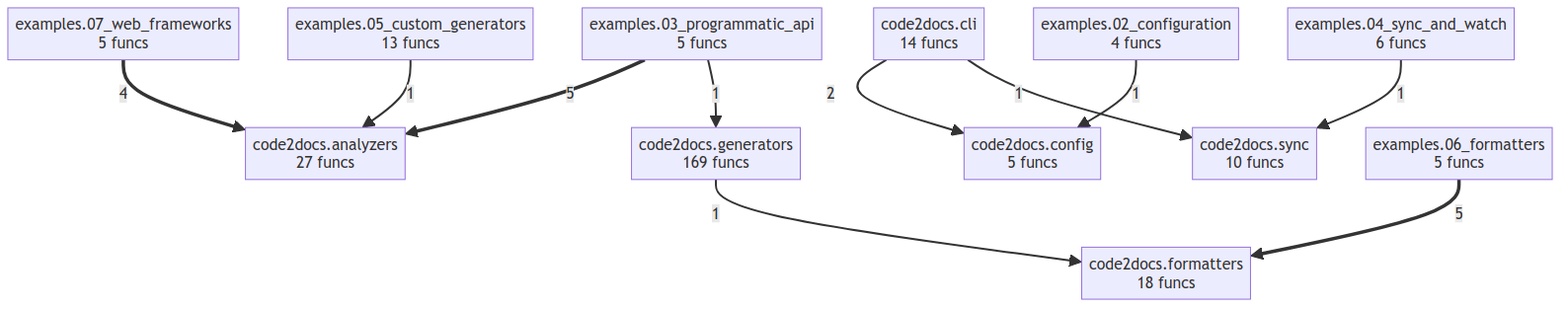
The Mermaid diagram project/compact_flow.png in wronai/code2docs, before a commit. Its source is kept beside it as project/compact_flow.mmd.
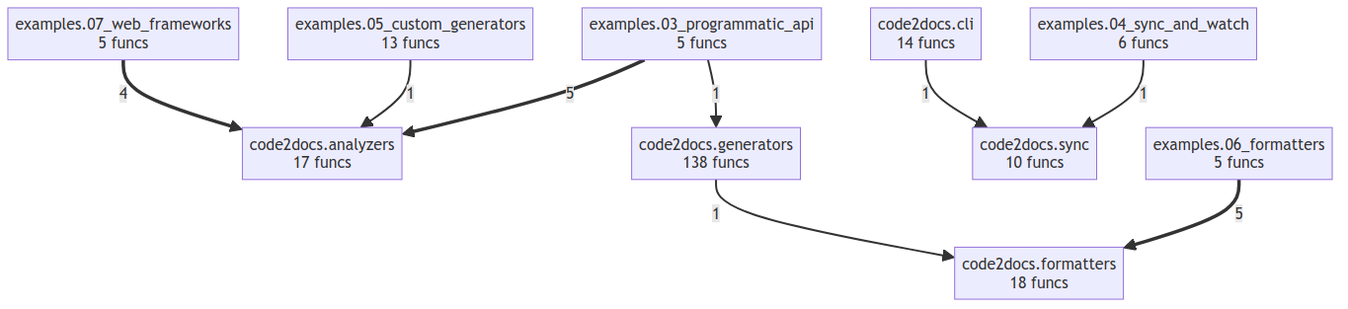
After the commit.

The edit, as a diff of the source:
```diff
@@ -1,11 +1,9 @@
 flowchart TD
-    code2docs__analyzers["code2docs.analyzers<br/>27 funcs"]
+    code2docs__analyzers["code2docs.analyzers<br/>17 funcs"]
     code2docs__cli["code2docs.cli<br/>14 funcs"]
-    code2docs__config["code2docs.config<br/>5 funcs"]
     code2docs__formatters["code2docs.formatters<br/>18 funcs"]
-    code2docs__generators["code2docs.generators<br/>169 funcs"]
+    code2docs__generators["code2docs.generators<br/>138 funcs"]
     code2docs__sync["code2docs.sync<br/>10 funcs"]
-    examples__02_configuration["examples.02_configuration<br/>4 funcs"]
     examples__03_programmatic_api["examples.03_programmatic_api<br/>5 funcs"]
     examples__04_sync_and_watch["examples.04_sync_and_watch<br/>6 funcs"]
     examples__05_custom_generators["examples.05_custom_generators<br/>13 funcs"]
@@ -14,10 +12,8 @@
     examples__06_formatters ==>|5| code2docs__formatters
     examples__03_programmatic_api ==>|5| code2docs__analyzers
     examples__07_web_frameworks ==>|4| code2docs__analyzers
-    code2docs__cli -->|2| code2docs__config
     code2docs__generators -->|1| code2docs__formatters
     code2docs__cli -->|1| code2docs__sync
     examples__04_sync_and_watch -->|1| code2docs__sync
     examples__05_custom_generators -->|1| code2docs__analyzers
     examples__03_programmatic_api -->|1| code2docs__generators
-    examples__02_configuration -->|1| code2docs__config
```
